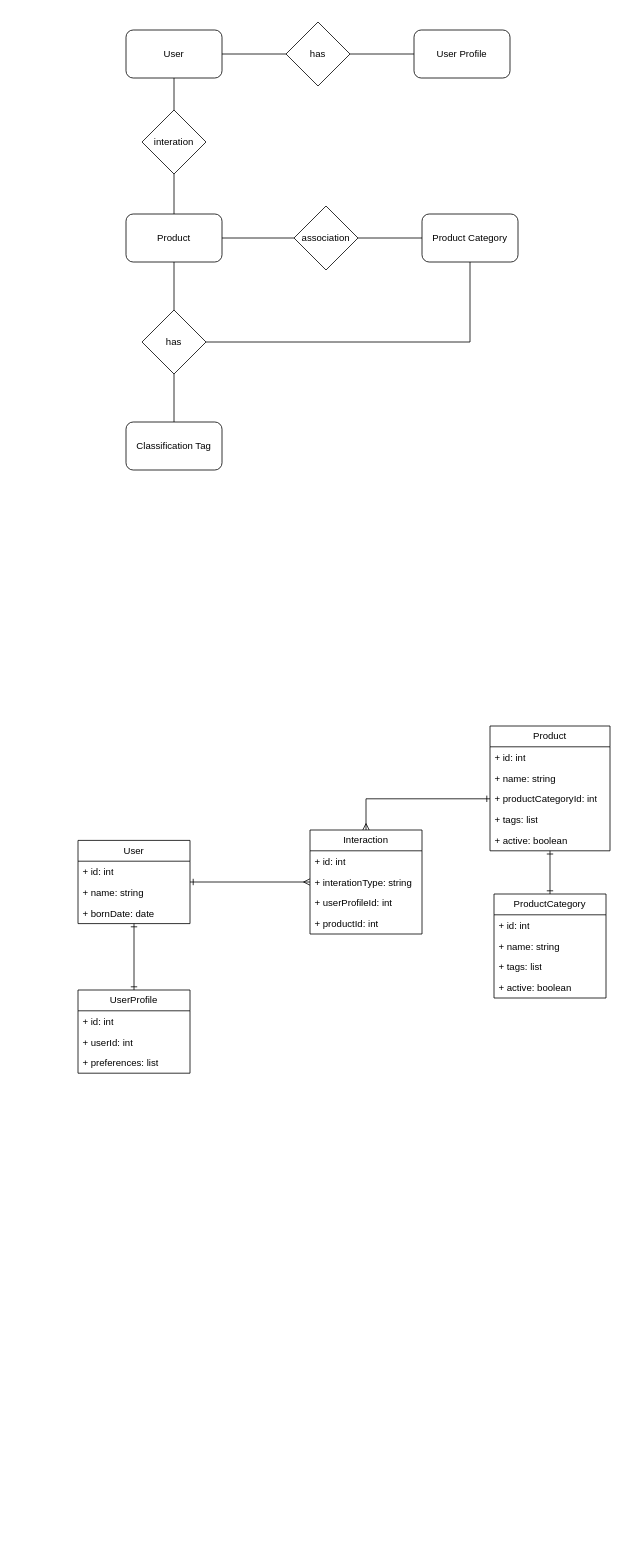
Above: page "mer-der" (2 of 2) of arch-recommendation-system-if325.drawio in 1Wggb1/rec-sys-model (draw.io), before the change. Source tidied: cells renumbered, new cells numbered last; positions are measured from the earlier drawing's top-left corner, leaving out a move shared by most shapes. Both pictures are drawn from the tidied source at 80%, with x=0, y=0 at pixel (78, 22).
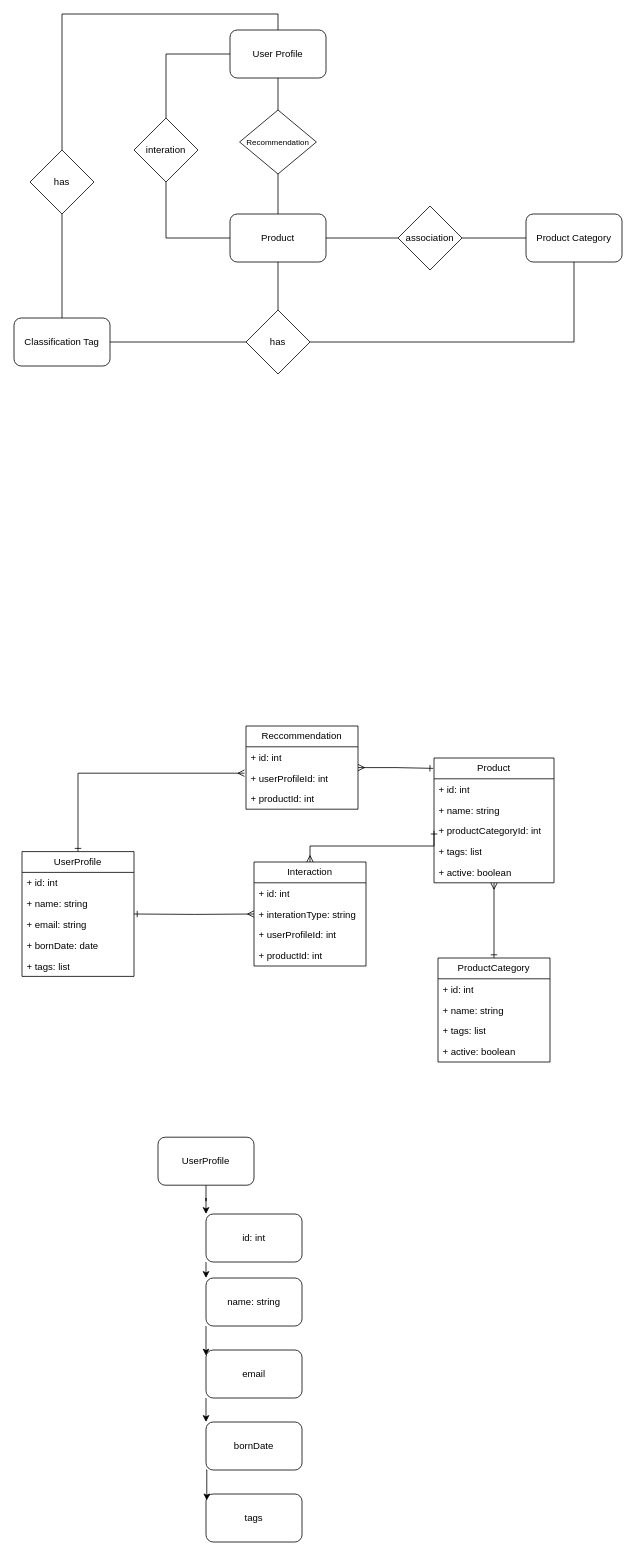
The same diagram, later.

Commit message (it also covers changes not shown here):
Changing diagram; Starting mongodb creation collections

The change refers to these unchanged cells:
```xml
<mxCell id="28" value="+ productCategoryId: int" style="text;strokeColor=none;fillColor=none;align=left;verticalAlign=top;spacingLeft=4;spacingRight=4;overflow=hidden;points=[[0,0.5],[1,0.5]];portConstraint=eastwest;whiteSpace=wrap;html=1;" parent="25" vertex="1">
  <mxGeometry y="78" width="150" height="26" as="geometry" />
</mxCell>
<mxCell id="39" value="+ interationType: string" style="text;strokeColor=none;fillColor=none;align=left;verticalAlign=top;spacingLeft=4;spacingRight=4;overflow=hidden;points=[[0,0.5],[1,0.5]];portConstraint=eastwest;whiteSpace=wrap;html=1;" parent="37" vertex="1">
  <mxGeometry y="52" width="140" height="26" as="geometry" />
</mxCell>
```

What changed in the source:
```diff
@@
+    <mxCell id="48" style="edgeStyle=orthogonalEdgeStyle;rounded=0;jettySize=auto;html=1;entryX=0.5;entryY=0;entryDx=0;entryDy=0;endArrow=none;endFill=0;" parent="1" edge="1" source="2" target="7">
+      <mxGeometry relative="1" as="geometry">
+        <Array as="points">
+          <mxPoint x="250" y="-10" />
+          <mxPoint x="-20" y="-10" />
+        </Array>
+      </mxGeometry>
+    </mxCell>
+    <mxCell id="49" style="edgeStyle=orthogonalEdgeStyle;rounded=0;jettySize=auto;html=1;entryX=0.5;entryY=0;entryDx=0;entryDy=0;endArrow=none;endFill=0;" parent="1" edge="1" source="2" target="19">
+      <mxGeometry relative="1" as="geometry" />
+    </mxCell>
+    <mxCell id="50" style="edgeStyle=orthogonalEdgeStyle;rounded=0;jettySize=auto;html=1;endArrow=none;endFill=0;" parent="1" edge="1" source="2" target="56">
+      <mxGeometry relative="1" as="geometry" />
+    </mxCell>
     <mxCell id="2" value="User Profile" style="rounded=1;whiteSpace=wrap;html=1;" parent="1" vertex="1">
-      <mxGeometry x="420" y="10" width="120" height="60" as="geometry" />
+      <mxGeometry x="190" y="10" width="120" height="60" as="geometry" />
     </mxCell>
-    <mxCell id="3" style="edgeStyle=orthogonalEdgeStyle;rounded=0;jettySize=auto;html=1;entryX=0;entryY=0.5;entryDx=0;entryDy=0;endArrow=none;endFill=0;" parent="1" edge="1" source="5" target="7">
-      <mxGeometry relative="1" as="geometry" />
-    </mxCell>
-    <mxCell id="4" style="edgeStyle=orthogonalEdgeStyle;rounded=0;jettySize=auto;html=1;entryX=0.5;entryY=0;entryDx=0;entryDy=0;endArrow=none;endFill=0;" parent="1" edge="1" source="5" target="19">
-      <mxGeometry relative="1" as="geometry" />
-    </mxCell>
-    <mxCell id="5" value="User" style="rounded=1;whiteSpace=wrap;html=1;" parent="1" vertex="1">
-      <mxGeometry x="60" y="10" width="120" height="60" as="geometry" />
-    </mxCell>
-    <mxCell id="6" style="edgeStyle=orthogonalEdgeStyle;rounded=0;jettySize=auto;html=1;entryX=0;entryY=0.5;entryDx=0;entryDy=0;endArrow=none;endFill=0;" parent="1" edge="1" source="7" target="2">
-      <mxGeometry relative="1" as="geometry" />
-    </mxCell>
-    <mxCell id="7" value="has" style="rhombus;whiteSpace=wrap;html=1;" parent="1" vertex="1">
-      <mxGeometry x="260" width="80" height="80" as="geometry" />
-    </mxCell>
@@
+    <mxCell id="51" style="edgeStyle=orthogonalEdgeStyle;rounded=0;jettySize=auto;html=1;endArrow=none;endFill=0;" parent="1" edge="1" source="10" target="19">
+      <mxGeometry relative="1" as="geometry" />
+    </mxCell>
     <mxCell id="10" value="Product" style="rounded=1;whiteSpace=wrap;html=1;" parent="1" vertex="1">
-      <mxGeometry x="60" y="240" width="120" height="60" as="geometry" />
+      <mxGeometry x="190" y="240" width="120" height="60" as="geometry" />
     </mxCell>
     <mxCell id="11" style="edgeStyle=orthogonalEdgeStyle;rounded=0;jettySize=auto;html=1;entryX=1;entryY=0.5;entryDx=0;entryDy=0;endArrow=none;endFill=0;" parent="1" edge="1" source="12" target="17">
       <mxGeometry relative="1" as="geometry">
         <Array as="points">
-          <mxPoint x="490" y="400" />
+          <mxPoint x="620" y="400" />
         </Array>
       </mxGeometry>
     </mxCell>
     <mxCell id="12" value="Product Category" style="rounded=1;whiteSpace=wrap;html=1;" parent="1" vertex="1">
-      <mxGeometry x="430" y="240" width="120" height="60" as="geometry" />
+      <mxGeometry x="560" y="240" width="120" height="60" as="geometry" />
     </mxCell>
@@
     <mxCell id="14" value="association" style="rhombus;whiteSpace=wrap;html=1;" parent="1" vertex="1">
-      <mxGeometry x="270" y="230" width="80" height="80" as="geometry" />
+      <mxGeometry x="400" y="230" width="80" height="80" as="geometry" />
     </mxCell>
     <mxCell id="15" value="Classification Tag" style="rounded=1;whiteSpace=wrap;html=1;" parent="1" vertex="1">
-      <mxGeometry x="60" y="500" width="120" height="60" as="geometry" />
+      <mxGeometry x="-80" y="370" width="120" height="60" as="geometry" />
     </mxCell>
-    <mxCell id="16" style="edgeStyle=orthogonalEdgeStyle;rounded=0;jettySize=auto;html=1;entryX=0.5;entryY=0;entryDx=0;entryDy=0;endArrow=none;endFill=0;" parent="1" edge="1" source="17" target="15">
+    <mxCell id="16" style="edgeStyle=orthogonalEdgeStyle;rounded=0;jettySize=auto;html=1;entryX=1;entryY=0.5;entryDx=0;entryDy=0;endArrow=none;endFill=0;" parent="1" edge="1" source="17" target="15">
       <mxGeometry relative="1" as="geometry" />
     </mxCell>
     <mxCell id="17" value="has" style="rhombus;whiteSpace=wrap;html=1;" parent="1" vertex="1">
-      <mxGeometry x="80" y="360" width="80" height="80" as="geometry" />
+      <mxGeometry x="210" y="360" width="80" height="80" as="geometry" />
     </mxCell>
-    <mxCell id="18" style="edgeStyle=orthogonalEdgeStyle;rounded=0;jettySize=auto;html=1;entryX=0.5;entryY=0;entryDx=0;entryDy=0;endArrow=none;endFill=0;" parent="1" edge="1" source="19" target="10">
-      <mxGeometry relative="1" as="geometry" />
-    </mxCell>
     <mxCell id="19" value="interation" style="rhombus;whiteSpace=wrap;html=1;" parent="1" vertex="1">
-      <mxGeometry x="80" y="110" width="80" height="80" as="geometry" />
+      <mxGeometry x="70" y="120" width="80" height="80" as="geometry" />
     </mxCell>
     <mxCell id="20" value="UserProfile" style="swimlane;fontStyle=0;horizontal=1;startSize=26;fillColor=none;whiteSpace=wrap;html=1;" parent="1" vertex="1">
-      <mxGeometry y="1210" width="140" height="104" as="geometry" />
+      <mxGeometry x="-70" y="1037" width="140" height="156" as="geometry" />
     </mxCell>
@@
-    <mxCell id="22" value="+ userId: int" style="text;strokeColor=none;fillColor=none;align=left;verticalAlign=top;spacingLeft=4;spacingRight=4;overflow=hidden;whiteSpace=wrap;html=1;" parent="20" vertex="1">
+    <mxCell id="22" value="+ name: string" style="text;strokeColor=none;fillColor=none;align=left;verticalAlign=top;spacingLeft=4;spacingRight=4;overflow=hidden;whiteSpace=wrap;html=1;" parent="20" vertex="1">
       <mxGeometry y="52" width="140" height="26" as="geometry" />
     </mxCell>
+    <mxCell id="52" value="+ email: string" style="text;strokeColor=none;fillColor=none;align=left;verticalAlign=top;spacingLeft=4;spacingRight=4;overflow=hidden;whiteSpace=wrap;html=1;" parent="20" vertex="1">
+      <mxGeometry y="78" width="140" height="26" as="geometry" />
+    </mxCell>
-    <mxCell id="23" value="+ preferences: list" style="text;strokeColor=none;fillColor=none;align=left;verticalAlign=top;spacingLeft=4;spacingRight=4;overflow=hidden;whiteSpace=wrap;html=1;" parent="20" vertex="1">
-      <mxGeometry y="78" width="140" height="26" as="geometry" />
+    <mxCell id="23" value="+ bornDate: date" style="text;strokeColor=none;fillColor=none;align=left;verticalAlign=top;spacingLeft=4;spacingRight=4;overflow=hidden;whiteSpace=wrap;html=1;" parent="20" vertex="1">
+      <mxGeometry y="104" width="140" height="26" as="geometry" />
     </mxCell>
+    <mxCell id="53" value="+ tags: list" style="text;strokeColor=none;fillColor=none;align=left;verticalAlign=top;spacingLeft=4;spacingRight=4;overflow=hidden;whiteSpace=wrap;html=1;" parent="20" vertex="1">
+      <mxGeometry y="130" width="140" height="26" as="geometry" />
+    </mxCell>
-    <mxCell id="24" style="edgeStyle=orthogonalEdgeStyle;rounded=0;jettySize=auto;html=1;endArrow=ERone;endFill=0;startArrow=ERone;startFill=0;" parent="1" edge="1" source="25" target="31">
+    <mxCell id="24" style="edgeStyle=orthogonalEdgeStyle;rounded=0;jettySize=auto;html=1;endArrow=ERone;endFill=0;startArrow=ERmany;startFill=0;" parent="1" edge="1" source="25" target="31">
       <mxGeometry relative="1" as="geometry" />
     </mxCell>
     <mxCell id="25" value="Product" style="swimlane;fontStyle=0;horizontal=1;startSize=26;fillColor=none;whiteSpace=wrap;html=1;" parent="1" vertex="1">
-      <mxGeometry x="515" y="880" width="150" height="156" as="geometry" />
+      <mxGeometry x="445" y="920" width="150" height="156" as="geometry" />
     </mxCell>
@@
     <mxCell id="31" value="ProductCategory" style="swimlane;fontStyle=0;horizontal=1;startSize=26;fillColor=none;whiteSpace=wrap;html=1;" parent="1" vertex="1">
-      <mxGeometry x="520" y="1090" width="140" height="130" as="geometry" />
+      <mxGeometry x="450" y="1170" width="140" height="130" as="geometry" />
     </mxCell>
@@
     <mxCell id="36" style="edgeStyle=orthogonalEdgeStyle;rounded=0;jettySize=auto;html=1;entryX=0;entryY=0.5;entryDx=0;entryDy=0;endArrow=ERone;endFill=0;startArrow=ERmany;startFill=0;" parent="1" edge="1" source="37" target="28">
-      <mxGeometry relative="1" as="geometry" />
+      <mxGeometry relative="1" as="geometry">
+        <Array as="points">
+          <mxPoint x="290" y="1030" />
+          <mxPoint x="445" y="1030" />
+        </Array>
+      </mxGeometry>
     </mxCell>
     <mxCell id="37" value="Interaction" style="swimlane;fontStyle=0;horizontal=1;startSize=26;fillColor=none;whiteSpace=wrap;html=1;" parent="1" vertex="1">
-      <mxGeometry x="290" y="1010" width="140" height="130" as="geometry" />
+      <mxGeometry x="220" y="1050" width="140" height="130" as="geometry" />
     </mxCell>
@@
-    <mxCell id="42" style="edgeStyle=orthogonalEdgeStyle;rounded=0;jettySize=auto;html=1;entryX=0.5;entryY=0;entryDx=0;entryDy=0;endArrow=ERone;endFill=0;startArrow=ERone;startFill=0;" parent="1" edge="1" source="44" target="20">
-      <mxGeometry relative="1" as="geometry" />
-    </mxCell>
-    <mxCell id="43" style="edgeStyle=orthogonalEdgeStyle;rounded=0;jettySize=auto;html=1;entryX=0;entryY=0.5;entryDx=0;entryDy=0;endArrow=ERmany;endFill=0;startArrow=ERone;startFill=0;" parent="1" edge="1" source="44" target="39">
-      <mxGeometry relative="1" as="geometry" />
+    <mxCell id="43" style="edgeStyle=orthogonalEdgeStyle;rounded=0;jettySize=auto;html=1;entryX=0;entryY=0.5;entryDx=0;entryDy=0;endArrow=ERmany;endFill=0;startArrow=ERone;startFill=0;" parent="1" edge="1" target="39">
+      <mxGeometry relative="1" as="geometry">
+        <mxPoint x="70" y="1115" as="sourcePoint" />
+      </mxGeometry>
     </mxCell>
-    <mxCell id="44" value="User" style="swimlane;fontStyle=0;horizontal=1;startSize=26;fillColor=none;whiteSpace=wrap;html=1;" parent="1" vertex="1">
-      <mxGeometry y="1023" width="140" height="104" as="geometry" />
-    </mxCell>
+    <mxCell id="54" style="edgeStyle=orthogonalEdgeStyle;rounded=0;jettySize=auto;html=1;endArrow=none;endFill=0;" parent="1" edge="1" source="7" target="15">
+      <mxGeometry relative="1" as="geometry" />
+    </mxCell>
+    <mxCell id="7" value="has" style="rhombus;whiteSpace=wrap;html=1;" parent="1" vertex="1">
+      <mxGeometry x="-60" y="160" width="80" height="80" as="geometry" />
+    </mxCell>
+    <mxCell id="55" style="edgeStyle=orthogonalEdgeStyle;rounded=0;jettySize=auto;html=1;endArrow=none;endFill=0;" parent="1" edge="1" source="56" target="10">
+      <mxGeometry relative="1" as="geometry" />
+    </mxCell>
+    <mxCell id="56" value="&lt;font style=&quot;font-size: 10px;&quot;&gt;Recommendation&lt;/font&gt;" style="rhombus;whiteSpace=wrap;html=1;" parent="1" vertex="1">
+      <mxGeometry x="202" y="110" width="96" height="80" as="geometry" />
+    </mxCell>
+    <mxCell id="57" value="Reccommendation" style="swimlane;fontStyle=0;horizontal=1;startSize=26;fillColor=none;whiteSpace=wrap;html=1;" parent="1" vertex="1">
+      <mxGeometry x="210" y="880" width="140" height="104" as="geometry" />
+    </mxCell>
-    <mxCell id="45" value="+ id: int" style="text;strokeColor=none;fillColor=none;align=left;verticalAlign=top;spacingLeft=4;spacingRight=4;overflow=hidden;whiteSpace=wrap;html=1;" parent="44" vertex="1">
+    <mxCell id="45" value="+ id: int" style="text;strokeColor=none;fillColor=none;align=left;verticalAlign=top;spacingLeft=4;spacingRight=4;overflow=hidden;whiteSpace=wrap;html=1;" parent="57" vertex="1">
       <mxGeometry y="26" width="140" height="26" as="geometry" />
     </mxCell>
-    <mxCell id="46" value="+ name: string" style="text;strokeColor=none;fillColor=none;align=left;verticalAlign=top;spacingLeft=4;spacingRight=4;overflow=hidden;whiteSpace=wrap;html=1;" parent="44" vertex="1">
-      <mxGeometry y="52" width="140" height="26" as="geometry" />
-    </mxCell>
-    <mxCell id="47" value="+ bornDate: date" style="text;strokeColor=none;fillColor=none;align=left;verticalAlign=top;spacingLeft=4;spacingRight=4;overflow=hidden;whiteSpace=wrap;html=1;" parent="44" vertex="1">
-      <mxGeometry y="78" width="140" height="26" as="geometry" />
-    </mxCell>
+    <mxCell id="58" value="+ userProfileId: int" style="text;strokeColor=none;fillColor=none;align=left;verticalAlign=top;spacingLeft=4;spacingRight=4;overflow=hidden;points=[[0,0.5],[1,0.5]];portConstraint=eastwest;whiteSpace=wrap;html=1;" parent="57" vertex="1">
+      <mxGeometry y="52" width="140" height="26" as="geometry" />
+    </mxCell>
+    <mxCell id="59" value="+ productId: int" style="text;strokeColor=none;fillColor=none;align=left;verticalAlign=top;spacingLeft=4;spacingRight=4;overflow=hidden;whiteSpace=wrap;html=1;" parent="57" vertex="1">
+      <mxGeometry y="78" width="140" height="26" as="geometry" />
+    </mxCell>
+    <mxCell id="60" style="edgeStyle=orthogonalEdgeStyle;rounded=0;jettySize=auto;html=1;entryX=-0.014;entryY=0.269;entryDx=0;entryDy=0;entryPerimeter=0;endArrow=ERmany;endFill=0;startArrow=ERone;startFill=0;" parent="1" edge="1" source="20" target="58">
+      <mxGeometry relative="1" as="geometry" />
+    </mxCell>
+    <mxCell id="61" style="edgeStyle=orthogonalEdgeStyle;rounded=0;jettySize=auto;html=1;entryX=-0.007;entryY=0.083;entryDx=0;entryDy=0;entryPerimeter=0;endArrow=ERone;endFill=0;startArrow=ERmany;startFill=0;" parent="1" edge="1" source="57" target="25">
+      <mxGeometry relative="1" as="geometry" />
+    </mxCell>
+    <mxCell id="62" style="edgeStyle=orthogonalEdgeStyle;rounded=0;jettySize=auto;html=1;entryX=0;entryY=0;entryDx=0;entryDy=0;" parent="1" edge="1" source="63" target="65">
+      <mxGeometry relative="1" as="geometry" />
+    </mxCell>
+    <mxCell id="63" value="UserProfile" style="rounded=1;whiteSpace=wrap;html=1;" parent="1" vertex="1">
+      <mxGeometry x="100" y="1394" width="120" height="60" as="geometry" />
+    </mxCell>
+    <mxCell id="64" style="edgeStyle=orthogonalEdgeStyle;rounded=0;jettySize=auto;html=1;exitX=0;exitY=1;exitDx=0;exitDy=0;entryX=0;entryY=0;entryDx=0;entryDy=0;" parent="1" edge="1" source="65" target="66">
+      <mxGeometry relative="1" as="geometry" />
+    </mxCell>
+    <mxCell id="65" value="id: int" style="rounded=1;whiteSpace=wrap;html=1;" parent="1" vertex="1">
+      <mxGeometry x="160" y="1490" width="120" height="60" as="geometry" />
+    </mxCell>
+    <mxCell id="66" value="name: string" style="rounded=1;whiteSpace=wrap;html=1;" parent="1" vertex="1">
+      <mxGeometry x="160" y="1570" width="120" height="60" as="geometry" />
+    </mxCell>
+    <mxCell id="67" style="edgeStyle=orthogonalEdgeStyle;rounded=0;jettySize=auto;html=1;exitX=0;exitY=1;exitDx=0;exitDy=0;entryX=0;entryY=0;entryDx=0;entryDy=0;" parent="1" edge="1" source="68" target="69">
+      <mxGeometry relative="1" as="geometry" />
+    </mxCell>
+    <mxCell id="68" value="email" style="rounded=1;whiteSpace=wrap;html=1;" parent="1" vertex="1">
+      <mxGeometry x="160" y="1660" width="120" height="60" as="geometry" />
+    </mxCell>
+    <mxCell id="69" value="bornDate" style="rounded=1;whiteSpace=wrap;html=1;" parent="1" vertex="1">
+      <mxGeometry x="160" y="1750" width="120" height="60" as="geometry" />
+    </mxCell>
+    <mxCell id="70" value="tags" style="rounded=1;whiteSpace=wrap;html=1;" parent="1" vertex="1">
+      <mxGeometry x="160" y="1840" width="120" height="60" as="geometry" />
+    </mxCell>
+    <mxCell id="71" style="edgeStyle=orthogonalEdgeStyle;rounded=0;jettySize=auto;html=1;exitX=0;exitY=1;exitDx=0;exitDy=0;entryX=0;entryY=0.117;entryDx=0;entryDy=0;entryPerimeter=0;" parent="1" edge="1" source="66" target="68">
+      <mxGeometry relative="1" as="geometry" />
+    </mxCell>
+    <mxCell id="72" style="edgeStyle=orthogonalEdgeStyle;rounded=0;jettySize=auto;html=1;exitX=0;exitY=1;exitDx=0;exitDy=0;entryX=0.008;entryY=0.133;entryDx=0;entryDy=0;entryPerimeter=0;" parent="1" edge="1" source="69" target="70">
+      <mxGeometry relative="1" as="geometry" />
+    </mxCell>
```
